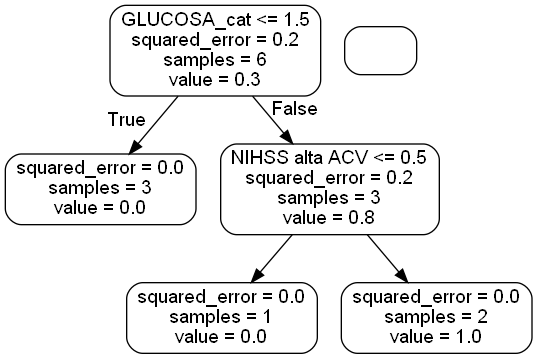
The Graphviz diagram tesis/randomForestClassification.png in amarianjel/Machine-Learning-con-Jupiter, before a commit. Its source is kept beside it as tesis/randomForestClassification.dot. Source of this version:
```dot
digraph Tree {
node [shape=box, style="rounded", color="black", fontname="helvetica"] ;
edge [fontname="helvetica"] ;
0 [label="GLUCOSA_cat <= 1.5\nsquared_error = 0.2\nsamples = 6\nvalue = 0.3"] ;
1 [label="squared_error = 0.0\nsamples = 3\nvalue = 0.0"] ;
0 -> 1 [labeldistance=2.5, labelangle=45, headlabel="True"] ;
2 [label="NIHSS alta ACV <= 0.5\nsquared_error = 0.2\nsamples = 3\nvalue = 0.8"] ;
0 -> 2 [labeldistance=2.5, labelangle=-45, headlabel="False"] ;
3 [label="squared_error = 0.0\nsamples = 1\nvalue = 0.0"] ;
2 -> 3 ;
4 [label="squared_error = 0.0\nsamples = 2\nvalue = 1.0"] ;
2 -> 4 ;
}
```
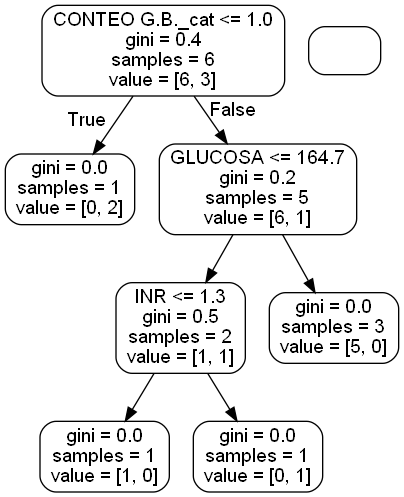
Above is the later version.

Diff of the diagram source:
```diff
@@ -1,13 +1,17 @@
 digraph Tree {
 node [shape=box, style="rounded", color="black", fontname="helvetica"] ;
 edge [fontname="helvetica"] ;
-0 [label="GLUCOSA_cat <= 1.5\nsquared_error = 0.2\nsamples = 6\nvalue = 0.3"] ;
-1 [label="squared_error = 0.0\nsamples = 3\nvalue = 0.0"] ;
+0 [label="CONTEO G.B._cat <= 1.0\ngini = 0.4\nsamples = 6\nvalue = [6, 3]"] ;
+1 [label="gini = 0.0\nsamples = 1\nvalue = [0, 2]"] ;
 0 -> 1 [labeldistance=2.5, labelangle=45, headlabel="True"] ;
-2 [label="NIHSS alta ACV <= 0.5\nsquared_error = 0.2\nsamples = 3\nvalue = 0.8"] ;
+2 [label="GLUCOSA <= 164.7\ngini = 0.2\nsamples = 5\nvalue = [6, 1]"] ;
 0 -> 2 [labeldistance=2.5, labelangle=-45, headlabel="False"] ;
-3 [label="squared_error = 0.0\nsamples = 1\nvalue = 0.0"] ;
+3 [label="INR <= 1.3\ngini = 0.5\nsamples = 2\nvalue = [1, 1]"] ;
 2 -> 3 ;
-4 [label="squared_error = 0.0\nsamples = 2\nvalue = 1.0"] ;
-2 -> 4 ;
+4 [label="gini = 0.0\nsamples = 1\nvalue = [1, 0]"] ;
+3 -> 4 ;
+5 [label="gini = 0.0\nsamples = 1\nvalue = [0, 1]"] ;
+3 -> 5 ;
+6 [label="gini = 0.0\nsamples = 3\nvalue = [5, 0]"] ;
+2 -> 6 ;
 }
```
